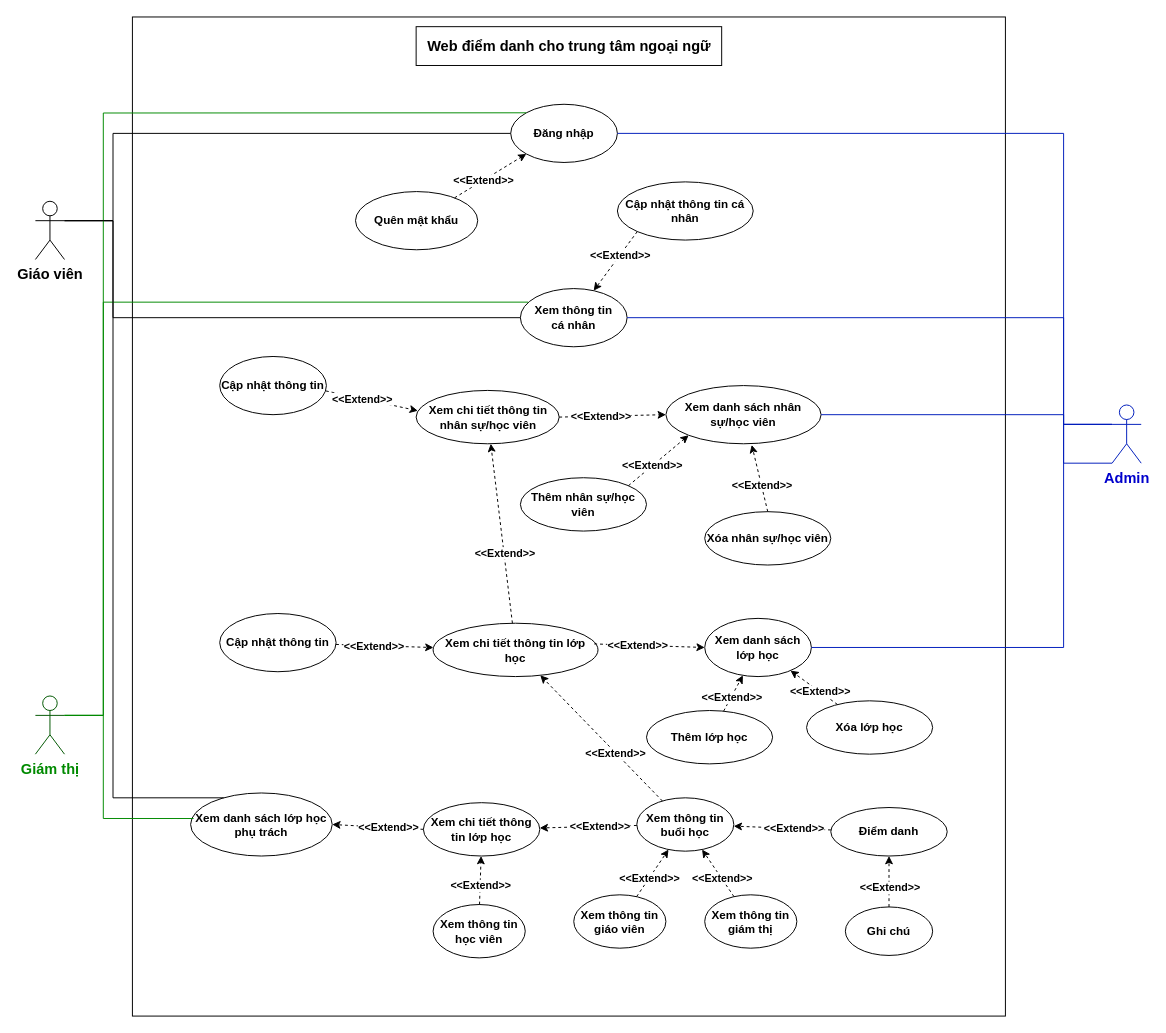
Earlier version of the draw.io diagram Week 1/UC Diagram.drawio (astr0tas/English-Center-Attendance-Check). Source tidied: cells renumbered, new cells numbered last; positions are measured from the earlier drawing's top-left corner, leaving out a move shared by most shapes. Both pictures are drawn from the tidied source at 97%, with x=0, y=0 at pixel (35, 16).
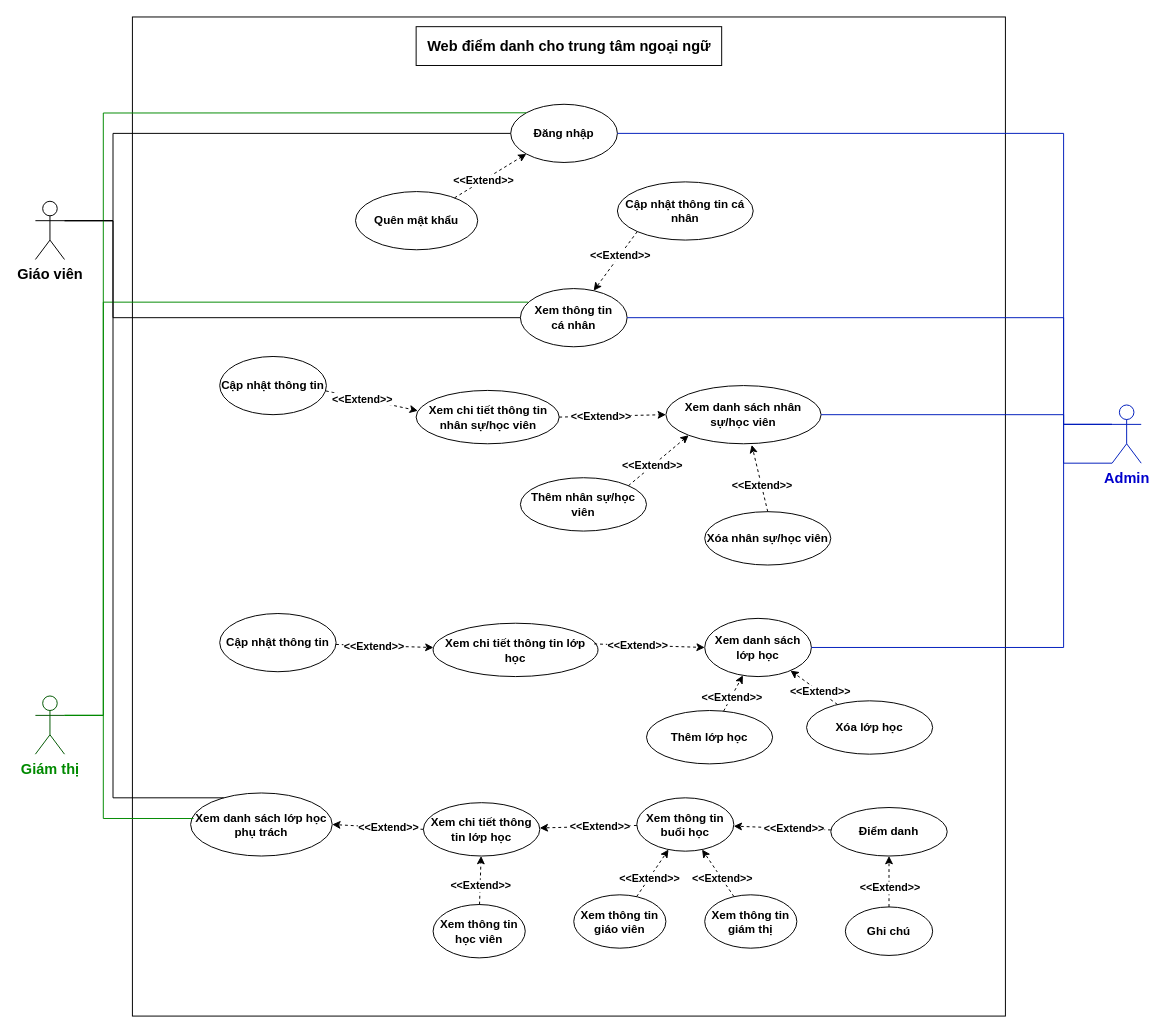
Above is the later version.

The change refers to these unchanged cells:
```xml
<mxCell id="28" value="Xem chi tiết thông tin nhân sự/học viên" style="ellipse;whiteSpace=wrap;html=1;fontStyle=1;" parent="1" vertex="1">
  <mxGeometry x="392.5" y="385" width="147.5" height="55" as="geometry" />
</mxCell>
<mxCell id="40" value="Xem chi tiết thông tin lớp học" style="ellipse;whiteSpace=wrap;html=1;fontStyle=1;" parent="1" vertex="1">
  <mxGeometry x="410" y="625" width="170" height="55" as="geometry" />
</mxCell>
<mxCell id="64" value="Xem thông tin buổi học" style="ellipse;whiteSpace=wrap;html=1;fontStyle=1;" parent="1" vertex="1">
  <mxGeometry x="620" y="805" width="100" height="55" as="geometry" />
</mxCell>
```

Diff of the diagram source:
```diff
@@
-    <mxCell id="73" style="endArrow=classic;html=1;rounded=0;dashed=1;fontStyle=1;" parent="1" edge="1" source="40" target="28">
-      <mxGeometry relative="1" as="geometry" />
-    </mxCell>
-    <mxCell id="74" value="&amp;lt;&amp;lt;Extend&amp;gt;&amp;gt;" style="edgeLabel;html=1;align=center;verticalAlign=middle;fontStyle=1;" parent="73" vertex="1">
-      <mxGeometry x="-0.22" relative="1" as="geometry" />
-    </mxCell>
-    <mxCell id="75" style="endArrow=classic;html=1;rounded=0;dashed=1;fontStyle=1;" parent="1" edge="1" source="64" target="40">
-      <mxGeometry relative="1" as="geometry" />
-    </mxCell>
-    <mxCell id="76" value="&amp;lt;&amp;lt;Extend&amp;gt;&amp;gt;" style="edgeLabel;html=1;align=center;verticalAlign=middle;fontStyle=1;" parent="75" vertex="1">
-      <mxGeometry x="-0.22" relative="1" as="geometry" />
-    </mxCell>
```
